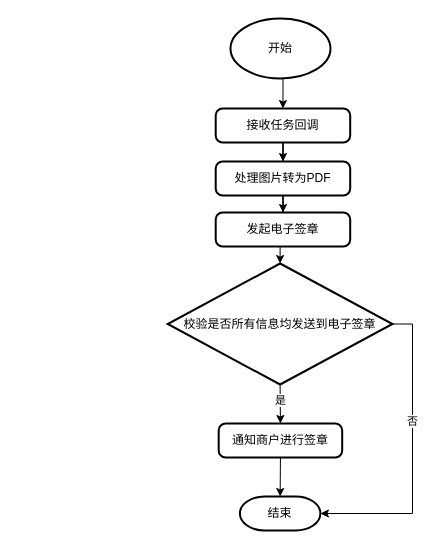
This is page "第 2 页" (2 of 3) of 接收电子签章回调.drawio from fengyong7723131/work, a draw.io file, before an edit. Source tidied: cells renumbered, new cells numbered last; positions are measured from the earlier drawing's top-left corner, leaving out a move shared by most shapes. Both pictures are drawn from the tidied source at 100%, with x=0, y=0 at pixel (167, 18).
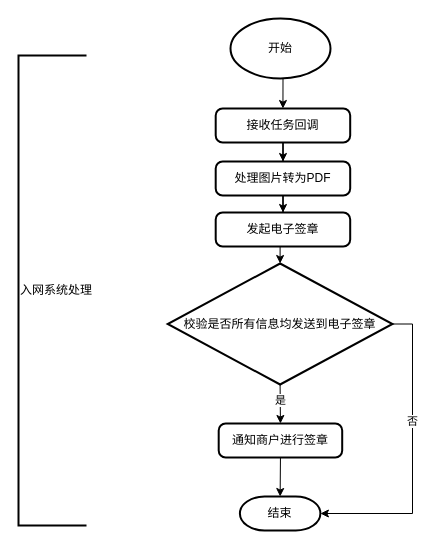
After the change.

The edit, as a diff of the source:
```diff
@@
+    <mxCell id="18" value="入网系统处理" style="strokeWidth=2;html=1;shape=mxgraph.flowchart.annotation_1;align=left;" parent="1" vertex="1">
+      <mxGeometry x="-149" y="37" width="68" height="470" as="geometry" />
+    </mxCell>
```
